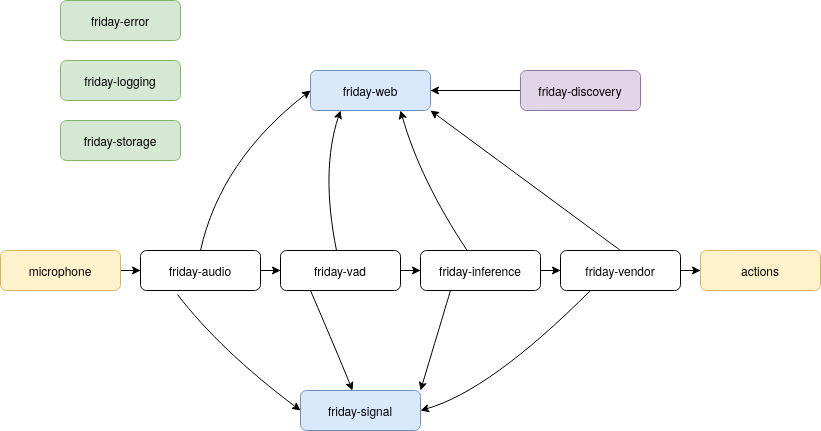
The draw.io diagram art/friday-binary.png in JonasRSV/Friday, before a commit. Source tidied: cells renumbered, new cells last; positions are measured from the earlier drawing's top-left corner, leaving out a move shared by most shapes. Source of this version:
```xml
<mxGraphModel>
  <root>
    <mxCell id="0" />
    <mxCell id="1" parent="0" />
    <mxCell id="2" style="edgeStyle=orthogonalEdgeStyle;rounded=0;jettySize=auto;html=1;" parent="1" edge="1" source="3" target="7">
      <mxGeometry relative="1" as="geometry" />
    </mxCell>
    <mxCell id="3" value="&lt;div&gt;friday-audio&lt;/div&gt;" style="rounded=1;whiteSpace=wrap;html=1;fontSize=12;glass=0;strokeWidth=1;shadow=0;" parent="1" vertex="1">
      <mxGeometry x="140" y="250" width="120" height="40" as="geometry" />
    </mxCell>
    <mxCell id="4" style="edgeStyle=orthogonalEdgeStyle;rounded=0;jettySize=auto;html=1;entryX=0;entryY=0.5;entryDx=0;entryDy=0;" parent="1" edge="1" source="5" target="3">
      <mxGeometry relative="1" as="geometry" />
    </mxCell>
    <mxCell id="5" value="&lt;div&gt;microphone&lt;/div&gt;" style="rounded=1;whiteSpace=wrap;html=1;fillColor=#fff2cc;strokeColor=#d6b656;" parent="1" vertex="1">
      <mxGeometry y="250" width="120" height="40" as="geometry" />
    </mxCell>
    <mxCell id="6" style="edgeStyle=orthogonalEdgeStyle;rounded=0;jettySize=auto;html=1;" parent="1" edge="1" source="7" target="9">
      <mxGeometry relative="1" as="geometry" />
    </mxCell>
    <mxCell id="7" value="&lt;div&gt;friday-vad &lt;br&gt;&lt;/div&gt;" style="rounded=1;whiteSpace=wrap;html=1;fontSize=12;glass=0;strokeWidth=1;shadow=0;" parent="1" vertex="1">
      <mxGeometry x="280" y="250" width="120" height="40" as="geometry" />
    </mxCell>
    <mxCell id="8" style="edgeStyle=orthogonalEdgeStyle;rounded=0;jettySize=auto;html=1;" parent="1" edge="1" source="9" target="11">
      <mxGeometry relative="1" as="geometry" />
    </mxCell>
    <mxCell id="9" value="&lt;div&gt;friday-inference&lt;/div&gt;" style="rounded=1;whiteSpace=wrap;html=1;fontSize=12;glass=0;strokeWidth=1;shadow=0;" parent="1" vertex="1">
      <mxGeometry x="420" y="250" width="120" height="40" as="geometry" />
    </mxCell>
    <mxCell id="10" style="edgeStyle=orthogonalEdgeStyle;rounded=0;jettySize=auto;html=1;entryX=0;entryY=0.5;entryDx=0;entryDy=0;" parent="1" edge="1" source="11" target="18">
      <mxGeometry relative="1" as="geometry" />
    </mxCell>
    <mxCell id="11" value="&lt;div&gt;friday-vendor&lt;/div&gt;" style="rounded=1;whiteSpace=wrap;html=1;fontSize=12;glass=0;strokeWidth=1;shadow=0;" parent="1" vertex="1">
      <mxGeometry x="560" y="250" width="120" height="40" as="geometry" />
    </mxCell>
    <mxCell id="12" value="&lt;div&gt;friday-logging&lt;/div&gt;" style="rounded=1;whiteSpace=wrap;html=1;fontSize=12;glass=0;strokeWidth=1;shadow=0;fillColor=#d5e8d4;strokeColor=#82b366;" parent="1" vertex="1">
      <mxGeometry x="60" y="60" width="120" height="40" as="geometry" />
    </mxCell>
    <mxCell id="13" value="&lt;div&gt;friday-storage&lt;/div&gt;" style="rounded=1;whiteSpace=wrap;html=1;fontSize=12;glass=0;strokeWidth=1;shadow=0;fillColor=#d5e8d4;strokeColor=#82b366;" parent="1" vertex="1">
      <mxGeometry x="60" y="120" width="120" height="40" as="geometry" />
    </mxCell>
    <mxCell id="14" value="&lt;div&gt;friday-error&lt;/div&gt;" style="rounded=1;whiteSpace=wrap;html=1;fontSize=12;glass=0;strokeWidth=1;shadow=0;fillColor=#d5e8d4;strokeColor=#82b366;" parent="1" vertex="1">
      <mxGeometry x="60" width="120" height="40" as="geometry" />
    </mxCell>
    <mxCell id="15" value="&lt;div&gt;friday-web&lt;/div&gt;" style="rounded=1;whiteSpace=wrap;html=1;fontSize=12;glass=0;strokeWidth=1;shadow=0;fillColor=#dae8fc;strokeColor=#6c8ebf;" parent="1" vertex="1">
      <mxGeometry x="310" y="70" width="120" height="40" as="geometry" />
    </mxCell>
    <mxCell id="16" style="edgeStyle=orthogonalEdgeStyle;rounded=0;jettySize=auto;html=1;entryX=1;entryY=0.5;entryDx=0;entryDy=0;" parent="1" edge="1" source="17" target="15">
      <mxGeometry relative="1" as="geometry" />
    </mxCell>
    <mxCell id="17" value="&lt;div&gt;friday-discovery&lt;/div&gt;" style="rounded=1;whiteSpace=wrap;html=1;fontSize=12;glass=0;strokeWidth=1;shadow=0;fillColor=#e1d5e7;strokeColor=#9673a6;" parent="1" vertex="1">
      <mxGeometry x="520" y="70" width="120" height="40" as="geometry" />
    </mxCell>
    <mxCell id="18" value="&lt;div&gt;actions&lt;/div&gt;" style="rounded=1;whiteSpace=wrap;html=1;fillColor=#fff2cc;strokeColor=#d6b656;" parent="1" vertex="1">
      <mxGeometry x="700" y="250" width="120" height="40" as="geometry" />
    </mxCell>
    <mxCell id="19" style="curved=1;endArrow=classic;html=1;entryX=0;entryY=0.5;entryDx=0;entryDy=0;exitX=0.5;exitY=0;exitDx=0;exitDy=0;" parent="1" edge="1" source="3" target="15">
      <mxGeometry relative="1" as="geometry">
        <Array as="points">
          <mxPoint x="220" y="160" />
        </Array>
      </mxGeometry>
    </mxCell>
    <mxCell id="20" style="curved=1;endArrow=classic;html=1;entryX=0.25;entryY=1;entryDx=0;entryDy=0;" parent="1" edge="1" source="7" target="15">
      <mxGeometry relative="1" as="geometry">
        <Array as="points">
          <mxPoint x="320" y="170" />
        </Array>
      </mxGeometry>
    </mxCell>
    <mxCell id="21" style="curved=1;endArrow=classic;html=1;entryX=0.75;entryY=1;entryDx=0;entryDy=0;" parent="1" edge="1" source="9" target="15">
      <mxGeometry relative="1" as="geometry">
        <Array as="points">
          <mxPoint x="420" y="180" />
        </Array>
      </mxGeometry>
    </mxCell>
    <mxCell id="22" style="curved=1;endArrow=classic;html=1;entryX=1;entryY=1;entryDx=0;entryDy=0;exitX=0.5;exitY=0;exitDx=0;exitDy=0;" parent="1" edge="1" source="11" target="15">
      <mxGeometry relative="1" as="geometry" />
    </mxCell>
    <mxCell id="23" value="&lt;div&gt;friday-signal&lt;/div&gt;" style="rounded=1;whiteSpace=wrap;html=1;fontSize=12;glass=0;strokeWidth=1;shadow=0;fillColor=#dae8fc;strokeColor=#6c8ebf;" parent="1" vertex="1">
      <mxGeometry x="300" y="390" width="120" height="40" as="geometry" />
    </mxCell>
    <mxCell id="24" style="curved=1;endArrow=classic;html=1;entryX=0;entryY=0.5;entryDx=0;entryDy=0;exitX=0.308;exitY=1.1;exitDx=0;exitDy=0;exitPerimeter=0;" parent="1" edge="1" source="3" target="23">
      <mxGeometry relative="1" as="geometry">
        <Array as="points">
          <mxPoint x="220" y="350" />
        </Array>
      </mxGeometry>
    </mxCell>
    <mxCell id="25" style="curved=1;endArrow=classic;html=1;exitX=0.25;exitY=1;exitDx=0;exitDy=0;" parent="1" edge="1" source="7" target="23">
      <mxGeometry relative="1" as="geometry">
        <Array as="points">
          <mxPoint x="340" y="360" />
        </Array>
      </mxGeometry>
    </mxCell>
    <mxCell id="26" style="curved=1;endArrow=classic;html=1;exitX=0.25;exitY=1;exitDx=0;exitDy=0;entryX=1;entryY=0;entryDx=0;entryDy=0;" parent="1" edge="1" source="9" target="23">
      <mxGeometry relative="1" as="geometry" />
    </mxCell>
    <mxCell id="27" style="curved=1;endArrow=classic;html=1;entryX=1;entryY=0.5;entryDx=0;entryDy=0;exitX=0.25;exitY=1;exitDx=0;exitDy=0;" parent="1" edge="1" source="11" target="23">
      <mxGeometry relative="1" as="geometry">
        <Array as="points">
          <mxPoint x="490" y="390" />
        </Array>
      </mxGeometry>
    </mxCell>
  </root>
</mxGraphModel>
```
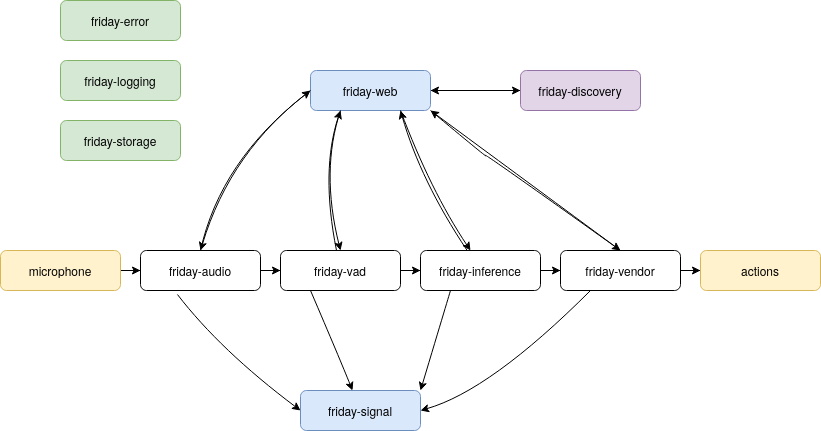
Later version of the same file.

Change to the diagram source:
```diff
@@ -41,6 +41,9 @@
     <mxCell id="14" value="&lt;div&gt;friday-error&lt;/div&gt;" style="rounded=1;whiteSpace=wrap;html=1;fontSize=12;glass=0;strokeWidth=1;shadow=0;fillColor=#d5e8d4;strokeColor=#82b366;" parent="1" vertex="1">
       <mxGeometry x="60" width="120" height="40" as="geometry" />
     </mxCell>
+    <mxCell id="28" style="edgeStyle=orthogonalEdgeStyle;rounded=0;jettySize=auto;html=1;" parent="1" edge="1" source="15" target="17">
+      <mxGeometry relative="1" as="geometry" />
+    </mxCell>
     <mxCell id="15" value="&lt;div&gt;friday-web&lt;/div&gt;" style="rounded=1;whiteSpace=wrap;html=1;fontSize=12;glass=0;strokeWidth=1;shadow=0;fillColor=#dae8fc;strokeColor=#6c8ebf;" parent="1" vertex="1">
       <mxGeometry x="310" y="70" width="120" height="40" as="geometry" />
     </mxCell>
@@ -104,5 +107,36 @@
         </Array>
       </mxGeometry>
     </mxCell>
+    <mxCell id="29" style="curved=1;endArrow=classic;html=1;entryX=0.5;entryY=0;entryDx=0;entryDy=0;exitX=0;exitY=0.5;exitDx=0;exitDy=0;" parent="1" edge="1" source="15" target="3">
+      <mxGeometry relative="1" as="geometry">
+        <Array as="points">
+          <mxPoint x="230" y="150" />
+        </Array>
+      </mxGeometry>
+    </mxCell>
+    <mxCell id="30" style="curved=1;endArrow=classic;html=1;entryX=0.5;entryY=0;entryDx=0;entryDy=0;" parent="1" edge="1" target="7">
+      <mxGeometry relative="1" as="geometry">
+        <mxPoint x="340" y="110" as="sourcePoint" />
+        <Array as="points">
+          <mxPoint x="320" y="170" />
+        </Array>
+      </mxGeometry>
+    </mxCell>
+    <mxCell id="31" style="curved=1;endArrow=classic;html=1;exitX=0.75;exitY=1;exitDx=0;exitDy=0;" parent="1" edge="1" source="15">
+      <mxGeometry relative="1" as="geometry">
+        <mxPoint x="470" y="250" as="targetPoint" />
+        <Array as="points">
+          <mxPoint x="430" y="190" />
+        </Array>
+      </mxGeometry>
+    </mxCell>
+    <mxCell id="32" style="curved=1;endArrow=classic;html=1;entryX=0.5;entryY=0;entryDx=0;entryDy=0;exitX=1;exitY=1;exitDx=0;exitDy=0;" parent="1" edge="1" source="15" target="11">
+      <mxGeometry relative="1" as="geometry">
+        <Array as="points">
+          <mxPoint x="490" y="160" />
+          <mxPoint x="480" y="150" />
+        </Array>
+      </mxGeometry>
+    </mxCell>
   </root>
 </mxGraphModel>
```
